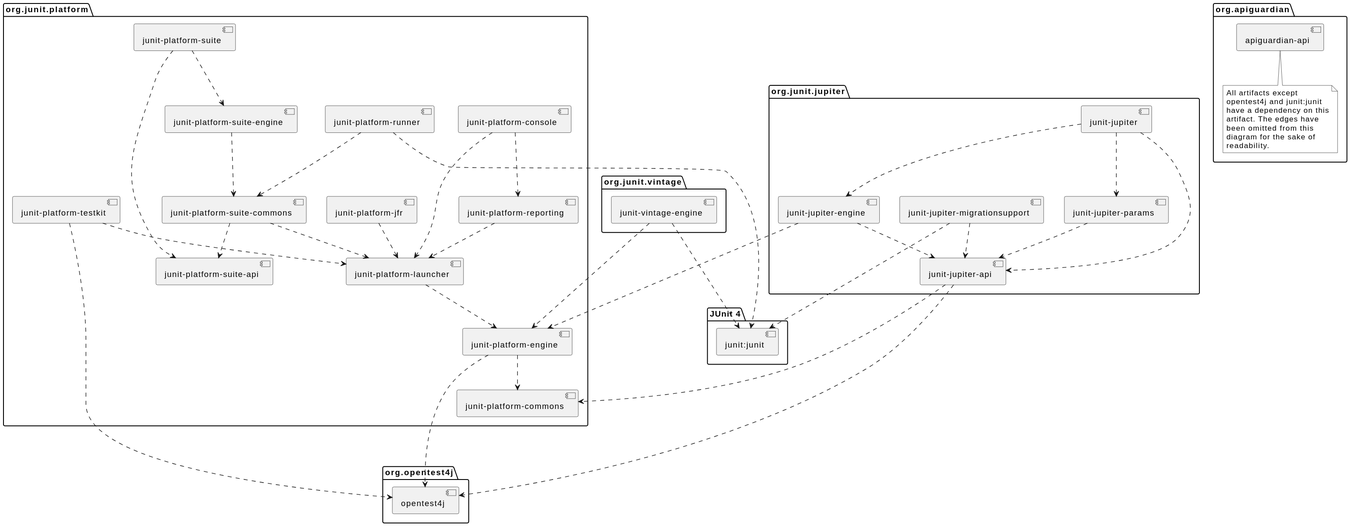
This is snapshot/user-guide/images/component-diagram.svg from junit-team/docs.junit.org, a PlantUML export, as it was before one commit. Its diagram source:
```plantuml
@startuml
skinparam {
    defaultFontName sans-serif
}

package org.junit.jupiter {
    [junit-jupiter] as jupiter
    [junit-jupiter-api] as jupiter_api
    [junit-jupiter-engine] as jupiter_engine
    [junit-jupiter-params] as jupiter_params
    [junit-jupiter-migrationsupport] as jupiter_migration_support
}

package org.junit.vintage {
    [junit-vintage-engine] as vintage_engine
}

package org.junit.platform {
    [junit-platform-commons] as commons
    [junit-platform-console] as console
    [junit-platform-engine] as engine
    [junit-platform-jfr] as jfr
    [junit-platform-launcher] as launcher
    [junit-platform-reporting] as reporting
    [junit-platform-runner] as runner
    [junit-platform-suite] as suite
    [junit-platform-suite-api] as suite_api
    [junit-platform-suite-commons] as suite_commons
    [junit-platform-suite-engine] as suite_engine
    [junit-platform-testkit] as testkit
}

package "JUnit 4" {
    [junit:junit] as junit4
}

package org.opentest4j {
    [opentest4j]
}

package org.apiguardian {
    [apiguardian-api] as apiguardian
    note bottom of apiguardian #white
        All artifacts except
        opentest4j and junit:junit
        have a dependency on this
        artifact. The edges have
        been omitted from this
        diagram for the sake of
        readability.
    endnote
}

jupiter ..> jupiter_api
jupiter ..> jupiter_params
jupiter ..> jupiter_engine

jupiter_api ....> opentest4j
jupiter_api ...> commons

jupiter_engine ...> engine
jupiter_engine ..> jupiter_api

jupiter_params ..> jupiter_api
jupiter_migration_support ..> jupiter_api
jupiter_migration_support ...> junit4

console ..> launcher
console ..> reporting

launcher ..> engine

jfr ..> launcher

engine ....> opentest4j
engine ..> commons

reporting ..> launcher

runner ..> suite_commons
runner ...> junit4

suite ..> suite_api
suite ..> suite_engine

suite_engine ..> suite_commons

suite_commons ..> launcher
suite_commons ..> suite_api

testkit ....> opentest4j
testkit ..> launcher

vintage_engine ...> engine
vintage_engine ..> junit4
@enduml
```
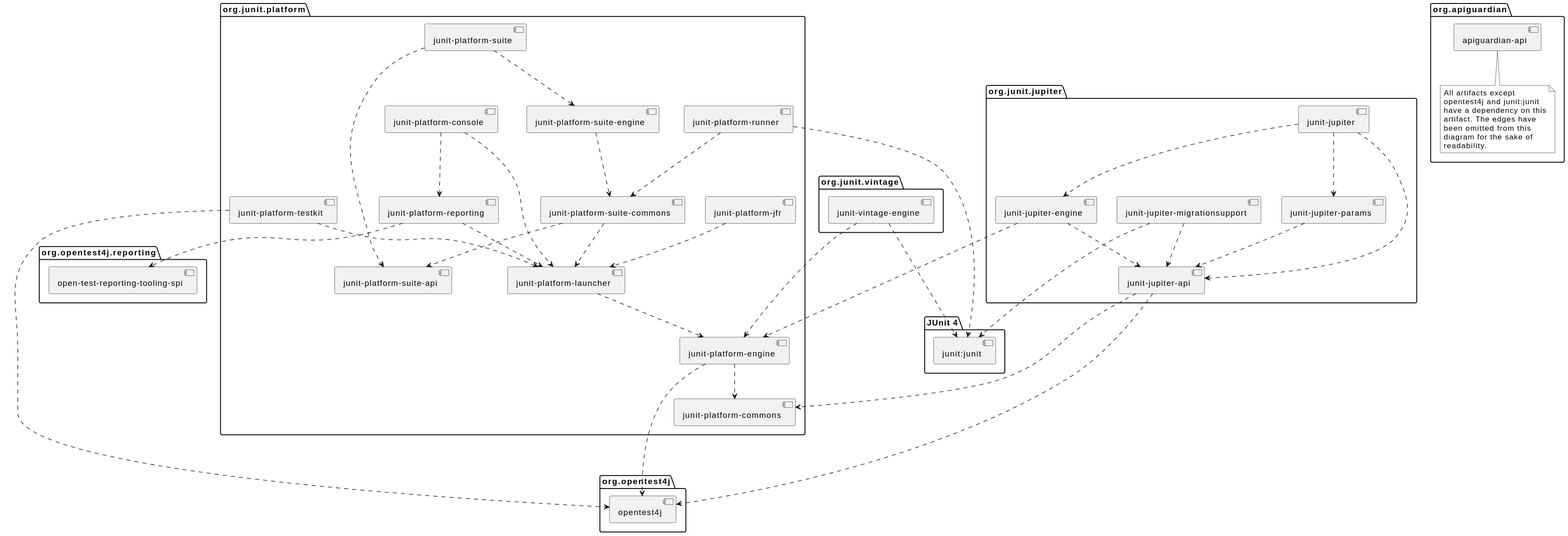
Above is the later version.

Commit message:
Generated by gradle-git-publish.

Change to the diagram source:
```diff
@@ -38,6 +38,10 @@
     [opentest4j]
 }
 
+package org.opentest4j.reporting {
+    [open-test-reporting-tooling-spi] as otr_tooling_spi
+}
+
 package org.apiguardian {
     [apiguardian-api] as apiguardian
     note bottom of apiguardian #white
@@ -76,6 +80,7 @@
 engine ..> commons
 
 reporting ..> launcher
+reporting ..> otr_tooling_spi
 
 runner ..> suite_commons
 runner ...> junit4
```
